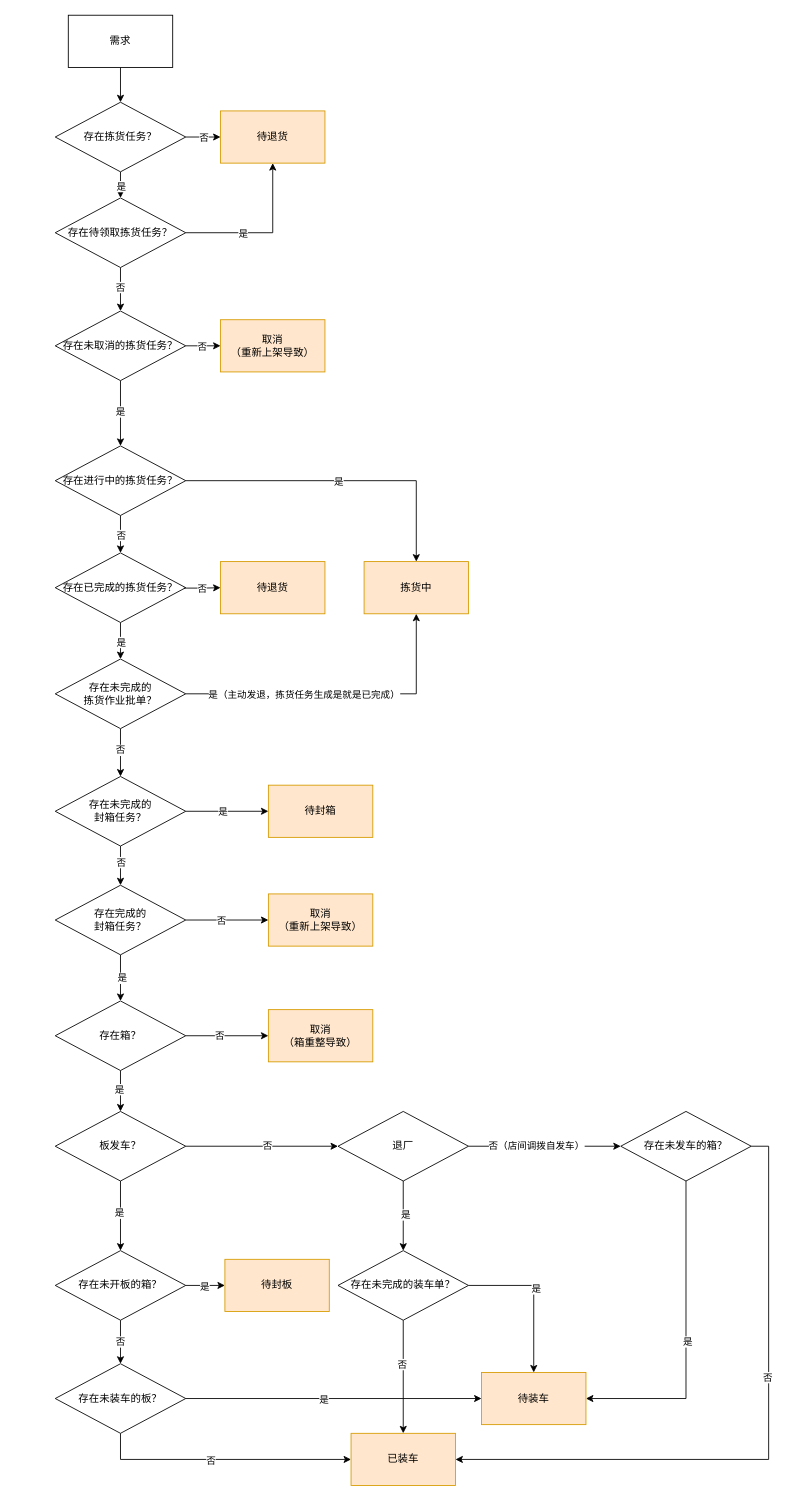
The draw.io diagram page "需求状态" (7 of 7) of work/revert/产生拣货批单.drawio in aspojo/diagrams, before the edit. Source tidied: cells renumbered, new cells numbered last; positions are measured from the earlier drawing's top-left corner, leaving out a move shared by most shapes. Both pictures are drawn from the tidied source at 87%, with x=0, y=0 at pixel (55, 15).
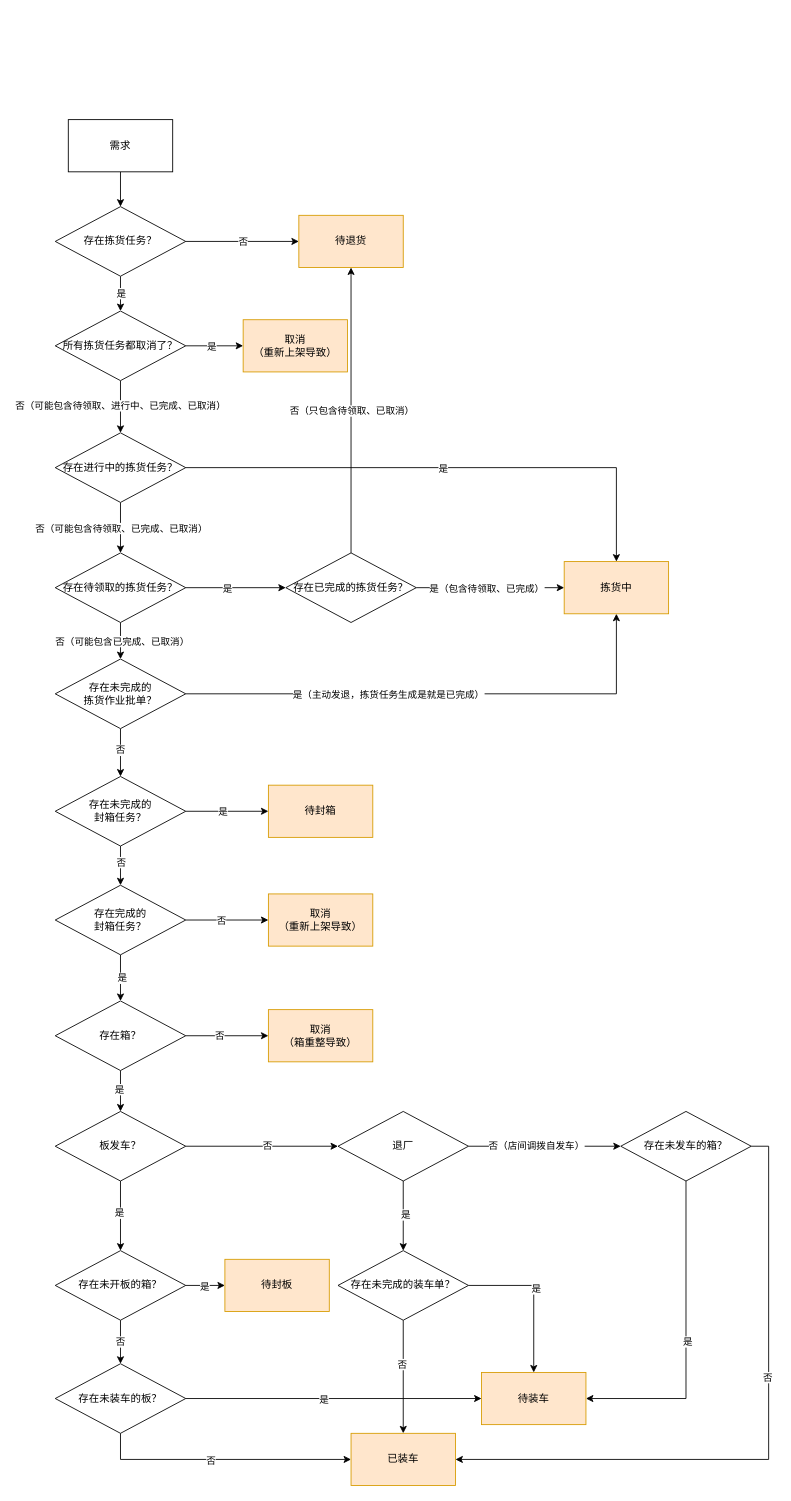
The same diagram, later.

Commit message:
更新产生拣货批单.drawio

The change refers to these unchanged cells:
```xml
<mxCell id="61" style="edgeStyle=orthogonalEdgeStyle;rounded=0;jettySize=auto;html=1;" parent="1" edge="1" source="65" target="66">
  <mxGeometry relative="1" as="geometry" />
</mxCell>
<mxCell id="83" value="存在未完成的&lt;br&gt;拣货作业批单？" style="rhombus;whiteSpace=wrap;html=1;" parent="1" vertex="1">
  <mxGeometry y="740" width="150" height="80" as="geometry" />
</mxCell>
```

What changed in the source:
```diff
@@
     <mxCell id="3" value="需求" style="rounded=0;whiteSpace=wrap;html=1;" parent="1" vertex="1">
-      <mxGeometry x="15" width="120" height="60" as="geometry" />
+      <mxGeometry x="15" y="120" width="120" height="60" as="geometry" />
     </mxCell>
@@
-    <mxCell id="55" style="edgeStyle=orthogonalEdgeStyle;rounded=0;jettySize=auto;html=1;" parent="1" edge="1" source="57" target="88">
+    <mxCell id="55" style="edgeStyle=orthogonalEdgeStyle;rounded=0;jettySize=auto;html=1;" parent="1" edge="1" source="57" target="65">
       <mxGeometry relative="1" as="geometry" />
     </mxCell>
@@
     <mxCell id="57" value="存在拣货任务？" style="rhombus;whiteSpace=wrap;html=1;" parent="1" vertex="1">
-      <mxGeometry y="100" width="150" height="80" as="geometry" />
+      <mxGeometry y="220" width="150" height="80" as="geometry" />
     </mxCell>
@@
     <mxCell id="60" value="待退货" style="whiteSpace=wrap;html=1;fillColor=#ffe6cc;strokeColor=#d79b00;" parent="1" vertex="1">
-      <mxGeometry x="190" y="110" width="120" height="60" as="geometry" />
+      <mxGeometry x="280" y="230" width="120" height="60" as="geometry" />
     </mxCell>
@@
-    <mxCell id="62" value="否" style="edgeLabel;html=1;align=center;verticalAlign=middle;" parent="61" vertex="1">
+    <mxCell id="62" value="是" style="edgeLabel;html=1;align=center;verticalAlign=middle;" parent="61" vertex="1">
       <mxGeometry x="-0.11" relative="1" as="geometry" />
     </mxCell>
-    <mxCell id="63" style="edgeStyle=orthogonalEdgeStyle;rounded=0;jettySize=auto;html=1;" parent="1" edge="1" source="65" target="71">
+    <mxCell id="63" style="edgeStyle=orthogonalEdgeStyle;rounded=0;jettySize=auto;html=1;exitX=0.5;exitY=1;exitDx=0;exitDy=0;" parent="1" edge="1" source="65" target="71">
       <mxGeometry relative="1" as="geometry" />
     </mxCell>
-    <mxCell id="64" value="是" style="edgeLabel;html=1;align=center;verticalAlign=middle;" parent="63" vertex="1">
+    <mxCell id="64" value="否（可能包含待领取、进行中、已完成、已取消）" style="edgeLabel;html=1;align=center;verticalAlign=middle;" parent="63" vertex="1">
       <mxGeometry x="-0.08" y="-1" relative="1" as="geometry" />
     </mxCell>
-    <mxCell id="65" value="存在未取消的拣货任务？" style="rhombus;whiteSpace=wrap;html=1;" parent="1" vertex="1">
+    <mxCell id="65" value="所有拣货任务都取消了？" style="rhombus;whiteSpace=wrap;html=1;" parent="1" vertex="1">
       <mxGeometry y="340" width="150" height="80" as="geometry" />
     </mxCell>
     <mxCell id="66" value="取消&lt;br&gt;（重新上架导致）" style="whiteSpace=wrap;html=1;fillColor=#ffe6cc;strokeColor=#d79b00;" parent="1" vertex="1">
-      <mxGeometry x="190" y="350" width="120" height="60" as="geometry" />
+      <mxGeometry x="216" y="350" width="120" height="60" as="geometry" />
     </mxCell>
@@
-    <mxCell id="69" style="edgeStyle=orthogonalEdgeStyle;rounded=0;jettySize=auto;html=1;" parent="1" edge="1" source="71" target="75">
+    <mxCell id="69" style="edgeStyle=orthogonalEdgeStyle;rounded=0;jettySize=auto;html=1;entryX=0.5;entryY=0;entryDx=0;entryDy=0;" parent="1" edge="1" source="71" target="92">
       <mxGeometry relative="1" as="geometry" />
     </mxCell>
-    <mxCell id="70" value="否" style="edgeLabel;html=1;align=center;verticalAlign=middle;" parent="69" vertex="1">
+    <mxCell id="70" value="否（可能包含待领取、已完成、已取消）" style="edgeLabel;html=1;align=center;verticalAlign=middle;" parent="69" vertex="1">
       <mxGeometry x="0.01" relative="1" as="geometry" />
     </mxCell>
     <mxCell id="71" value="存在进行中的拣货任务？" style="rhombus;whiteSpace=wrap;html=1;" parent="1" vertex="1">
-      <mxGeometry y="495" width="150" height="80" as="geometry" />
+      <mxGeometry y="480" width="150" height="80" as="geometry" />
     </mxCell>
     <mxCell id="72" value="拣货中" style="whiteSpace=wrap;html=1;fillColor=#ffe6cc;strokeColor=#d79b00;" parent="1" vertex="1">
-      <mxGeometry x="355" y="628" width="120" height="60" as="geometry" />
+      <mxGeometry x="585" y="628" width="120" height="60" as="geometry" />
     </mxCell>
-    <mxCell id="73" style="edgeStyle=orthogonalEdgeStyle;rounded=0;jettySize=auto;html=1;" parent="1" edge="1" source="75" target="83">
+    <mxCell id="73" style="edgeStyle=orthogonalEdgeStyle;rounded=0;jettySize=auto;html=1;" parent="1" edge="1" source="75" target="72">
       <mxGeometry relative="1" as="geometry" />
     </mxCell>
-    <mxCell id="74" value="是" style="edgeLabel;html=1;align=center;verticalAlign=middle;" parent="73" vertex="1">
+    <mxCell id="74" value="是（包含待领取、已完成）" style="edgeLabel;html=1;align=center;verticalAlign=middle;" parent="73" vertex="1">
       <mxGeometry x="-0.58" relative="1" as="geometry">
-        <mxPoint y="13" as="offset" />
+        <mxPoint x="44" as="offset" />
       </mxGeometry>
     </mxCell>
     <mxCell id="75" value="存在已完成的拣货任务？" style="rhombus;whiteSpace=wrap;html=1;" parent="1" vertex="1">
-      <mxGeometry y="618" width="150" height="80" as="geometry" />
+      <mxGeometry x="265" y="618" width="150" height="80" as="geometry" />
     </mxCell>
-    <mxCell id="76" style="edgeStyle=orthogonalEdgeStyle;rounded=0;jettySize=auto;html=1;exitX=0.985;exitY=0.506;exitDx=0;exitDy=0;exitPerimeter=0;" parent="1" edge="1" source="75" target="78">
+    <mxCell id="76" style="edgeStyle=orthogonalEdgeStyle;rounded=0;jettySize=auto;html=1;" parent="1" edge="1" source="75" target="60">
       <mxGeometry relative="1" as="geometry" />
     </mxCell>
-    <mxCell id="77" value="否" style="edgeLabel;html=1;align=center;verticalAlign=middle;" parent="76" vertex="1">
+    <mxCell id="77" value="否（只包含待领取、已取消）" style="edgeLabel;html=1;align=center;verticalAlign=middle;" parent="76" vertex="1">
       <mxGeometry relative="1" as="geometry" />
     </mxCell>
-    <mxCell id="78" value="待退货" style="whiteSpace=wrap;html=1;fillColor=#ffe6cc;strokeColor=#d79b00;" parent="1" vertex="1">
-      <mxGeometry x="190" y="628" width="120" height="60" as="geometry" />
-    </mxCell>
@@
-    <mxCell id="84" style="edgeStyle=orthogonalEdgeStyle;rounded=0;jettySize=auto;html=1;" parent="1" edge="1" source="88" target="65">
-      <mxGeometry relative="1" as="geometry" />
-    </mxCell>
-    <mxCell id="85" value="否" style="edgeLabel;html=1;align=center;verticalAlign=middle;" parent="84" vertex="1">
-      <mxGeometry x="-0.14" y="-1" relative="1" as="geometry" />
-    </mxCell>
-    <mxCell id="86" style="edgeStyle=orthogonalEdgeStyle;rounded=0;jettySize=auto;html=1;" parent="1" edge="1" source="88" target="60">
-      <mxGeometry relative="1" as="geometry" />
-    </mxCell>
+    <mxCell id="89" style="edgeStyle=orthogonalEdgeStyle;rounded=0;jettySize=auto;html=1;" parent="1" edge="1" source="92" target="75">
+      <mxGeometry relative="1" as="geometry" />
+    </mxCell>
-    <mxCell id="87" value="是" style="edgeLabel;html=1;align=center;verticalAlign=middle;" parent="86" vertex="1">
-      <mxGeometry x="-0.28" relative="1" as="geometry" />
+    <mxCell id="87" value="是" style="edgeLabel;html=1;align=center;verticalAlign=middle;" parent="89" vertex="1">
+      <mxGeometry x="-0.19" y="-1" relative="1" as="geometry" />
     </mxCell>
-    <mxCell id="88" value="存在待领取拣货任务？" style="rhombus;whiteSpace=wrap;html=1;" parent="1" vertex="1">
-      <mxGeometry y="210" width="150" height="80" as="geometry" />
-    </mxCell>
+    <mxCell id="90" style="edgeStyle=orthogonalEdgeStyle;rounded=0;jettySize=auto;html=1;exitX=0.5;exitY=1;exitDx=0;exitDy=0;" parent="1" edge="1" source="92" target="83">
+      <mxGeometry relative="1" as="geometry" />
+    </mxCell>
+    <mxCell id="91" value="否（可能包含已完成、已取消）" style="edgeLabel;html=1;align=center;verticalAlign=middle;" parent="90" vertex="1">
+      <mxGeometry x="-0.14" y="4" relative="1" as="geometry">
+        <mxPoint x="-3" y="3" as="offset" />
+      </mxGeometry>
+    </mxCell>
+    <mxCell id="92" value="存在待领取的拣货任务？" style="rhombus;whiteSpace=wrap;html=1;" parent="1" vertex="1">
+      <mxGeometry y="618" width="150" height="80" as="geometry" />
+    </mxCell>
```
